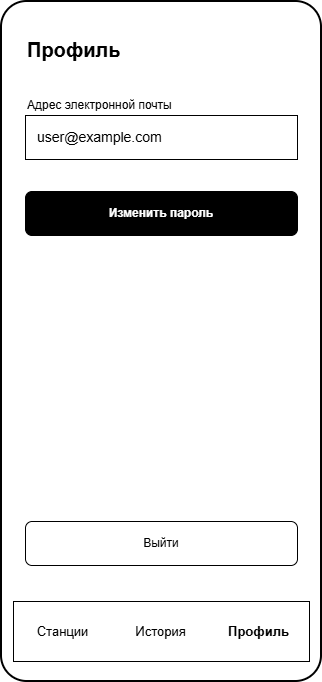
PetrachkovArtem/diplom keeps this draw.io diagram as Диаграммы/Профиль (2.9).png. Above is the earlier version. Source tidied: cells renumbered, new cells last; positions are measured from the earlier drawing's top-left corner, leaving out a move shared by most shapes. Source of this version:
```xml
<mxGraphModel>
  <root>
    <mxCell id="0" />
    <mxCell id="1" parent="0" />
    <mxCell id="2" style="rounded=1;whiteSpace=wrap;html=1;arcSize=8;strokeWidth=2;fillColor=#ffffff;strokeColor=#000000;" parent="1" vertex="1">
      <mxGeometry width="320" height="680" as="geometry" />
    </mxCell>
    <mxCell id="3" value="Профиль" style="text;html=1;align=left;fontSize=20;fontStyle=1;" parent="1" vertex="1">
      <mxGeometry x="24" y="30" width="272" height="36" as="geometry" />
    </mxCell>
    <mxCell id="4" value="Адрес электронной почты" style="text;html=1;align=left;fontSize=12;" parent="1" vertex="1">
      <mxGeometry x="24" y="90" width="272" height="20" as="geometry" />
    </mxCell>
    <mxCell id="5" value="user@example.com" style="rounded=0;whiteSpace=wrap;html=1;align=left;spacingLeft=10;fontSize=14;fillColor=#ffffff;strokeColor=#000000;" parent="1" vertex="1">
      <mxGeometry x="24" y="114" width="272" height="44" as="geometry" />
    </mxCell>
    <mxCell id="6" value="Изменить пароль" style="rounded=1;whiteSpace=wrap;html=1;fillColor=#000000;fontColor=#ffffff;fontStyle=1;strokeColor=#000000;" parent="1" vertex="1">
      <mxGeometry x="24" y="190" width="272" height="44" as="geometry" />
    </mxCell>
    <mxCell id="7" value="Выйти" style="rounded=1;whiteSpace=wrap;html=1;fillColor=#ffffff;fontColor=#000000;strokeColor=#000000;" parent="1" vertex="1">
      <mxGeometry x="24" y="520" width="272" height="44" as="geometry" />
    </mxCell>
    <mxCell id="8" style="rounded=0;whiteSpace=wrap;html=1;fillColor=#ffffff;strokeColor=#000000;" parent="1" vertex="1">
      <mxGeometry x="12" y="600" width="296" height="60" as="geometry" />
    </mxCell>
    <mxCell id="9" value="Станции" style="text;html=1;align=center;fontSize=13;" parent="1" vertex="1">
      <mxGeometry x="12" y="616" width="98" height="28" as="geometry" />
    </mxCell>
    <mxCell id="10" value="История" style="text;html=1;align=center;fontSize=13;" parent="1" vertex="1">
      <mxGeometry x="110" y="616" width="98" height="28" as="geometry" />
    </mxCell>
    <mxCell id="11" value="Профиль" style="text;html=1;align=center;fontSize=13;fontStyle=1;" parent="1" vertex="1">
      <mxGeometry x="208" y="616" width="98" height="28" as="geometry" />
    </mxCell>
  </root>
</mxGraphModel>
```
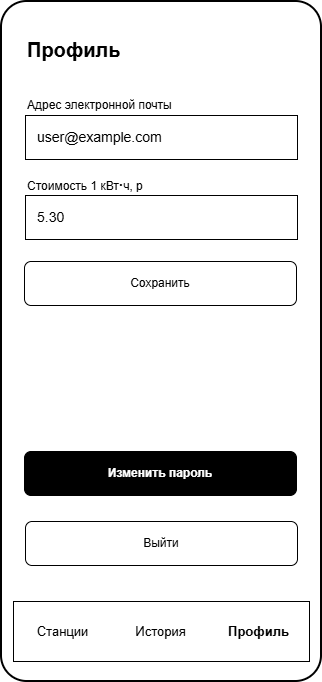
After the commit.

What changed in the source:
```diff
@@ -15,7 +15,7 @@
       <mxGeometry x="24" y="114" width="272" height="44" as="geometry" />
     </mxCell>
     <mxCell id="6" value="Изменить пароль" style="rounded=1;whiteSpace=wrap;html=1;fillColor=#000000;fontColor=#ffffff;fontStyle=1;strokeColor=#000000;" parent="1" vertex="1">
-      <mxGeometry x="24" y="190" width="272" height="44" as="geometry" />
+      <mxGeometry x="23" y="450" width="272" height="44" as="geometry" />
     </mxCell>
     <mxCell id="7" value="Выйти" style="rounded=1;whiteSpace=wrap;html=1;fillColor=#ffffff;fontColor=#000000;strokeColor=#000000;" parent="1" vertex="1">
       <mxGeometry x="24" y="520" width="272" height="44" as="geometry" />
@@ -32,5 +32,14 @@
     <mxCell id="11" value="Профиль" style="text;html=1;align=center;fontSize=13;fontStyle=1;" parent="1" vertex="1">
       <mxGeometry x="208" y="616" width="98" height="28" as="geometry" />
     </mxCell>
+    <mxCell id="12" value="Стоимость 1 кВт&lt;span style=&quot;font-size: 13px; font-weight: 700;&quot;&gt;·&lt;/span&gt;ч, р" style="text;html=1;align=left;fontSize=12;" parent="1" vertex="1">
+      <mxGeometry x="24" y="170" width="272" height="20" as="geometry" />
+    </mxCell>
+    <mxCell id="13" value="5.30" style="rounded=0;whiteSpace=wrap;html=1;align=left;spacingLeft=10;fontSize=14;fillColor=#ffffff;strokeColor=#000000;" parent="1" vertex="1">
+      <mxGeometry x="24" y="194" width="272" height="44" as="geometry" />
+    </mxCell>
+    <mxCell id="14" value="Сохранить" style="rounded=1;whiteSpace=wrap;html=1;fillColor=#ffffff;fontColor=#000000;strokeColor=#000000;" parent="1" vertex="1">
+      <mxGeometry x="23" y="260" width="272" height="44" as="geometry" />
+    </mxCell>
   </root>
 </mxGraphModel>
```
